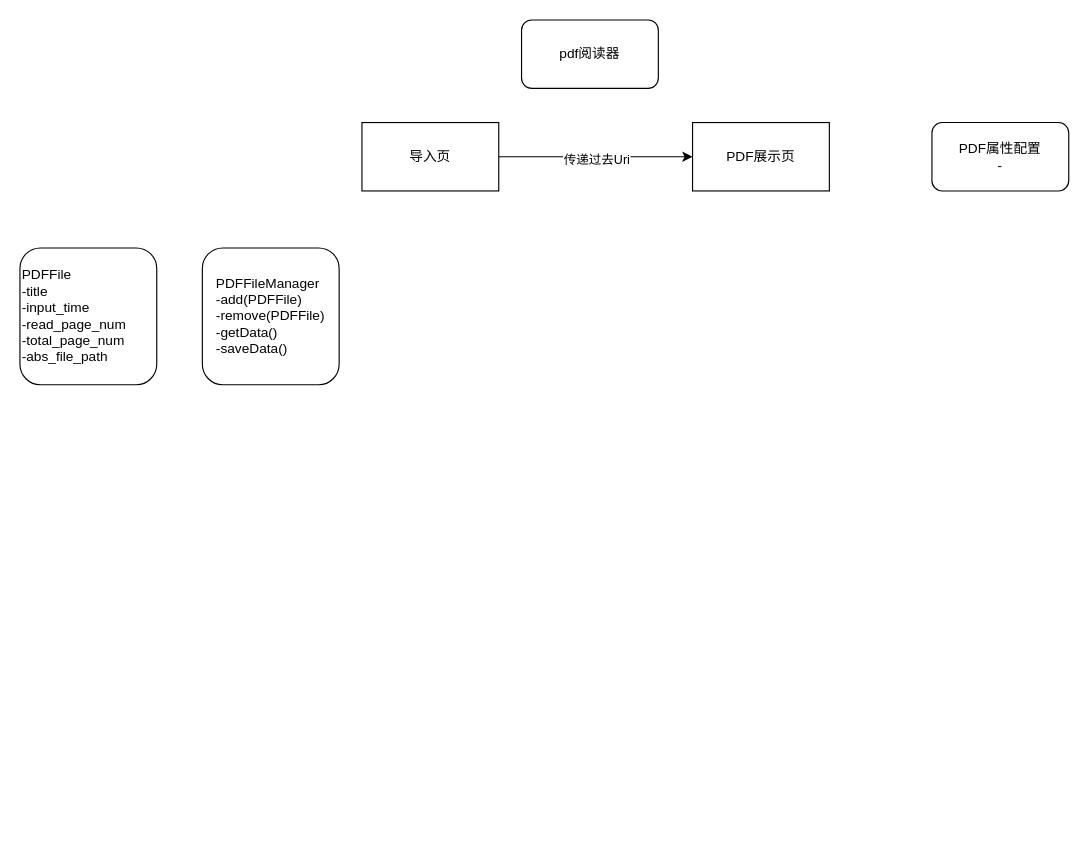
The draw.io diagram pdf.drawio in xixilala-2019/drawIO, before the edit. Source tidied: cells renumbered, new cells numbered last; positions are measured from the earlier drawing's top-left corner, leaving out a move shared by most shapes. Both pictures are drawn from the tidied source at 114%, with x=0, y=0 at pixel (19, 19).
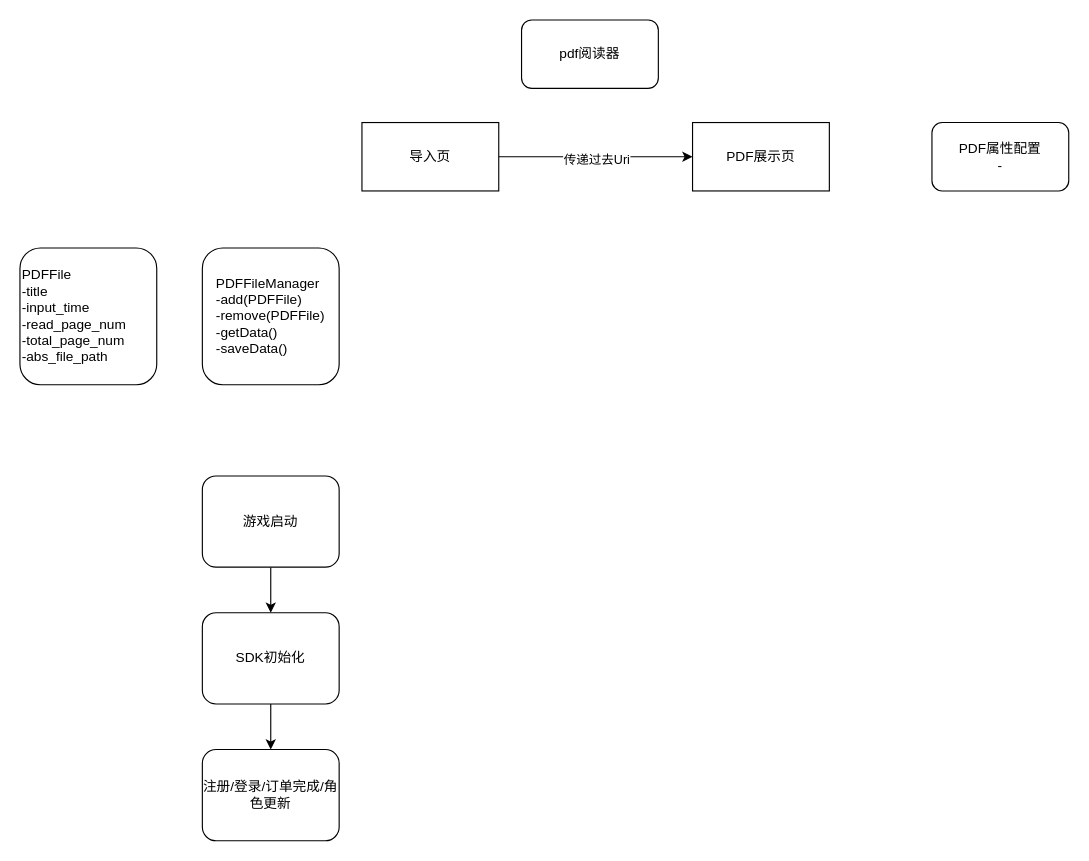
The same diagram, later.

The edit, as a diff of the source:
```diff
@@
 <mxGraphModel>
   <root>
     <mxCell id="0" />
     <mxCell id="1" parent="0" />
     <mxCell id="2" value="pdf阅读器" style="rounded=1;whiteSpace=wrap;html=1;" parent="1" vertex="1">
       <mxGeometry x="440" width="120" height="60" as="geometry" />
     </mxCell>
     <mxCell id="3" style="edgeStyle=orthogonalEdgeStyle;rounded=0;jettySize=auto;html=1;" parent="1" edge="1" source="5" target="6">
       <mxGeometry relative="1" as="geometry" />
     </mxCell>
     <mxCell id="4" value="传递过去Uri" style="edgeLabel;html=1;align=center;verticalAlign=middle;" parent="3" vertex="1">
       <mxGeometry y="-2" relative="1" as="geometry" />
     </mxCell>
     <mxCell id="5" value="导入页" style="rounded=0;whiteSpace=wrap;html=1;" parent="1" vertex="1">
       <mxGeometry x="300" y="90" width="120" height="60" as="geometry" />
     </mxCell>
     <mxCell id="6" value="PDF展示页" style="rounded=0;whiteSpace=wrap;html=1;" parent="1" vertex="1">
       <mxGeometry x="590" y="90" width="120" height="60" as="geometry" />
     </mxCell>
     <mxCell id="7" value="&lt;div style=&quot;text-align: left&quot;&gt;&lt;span&gt;PDFFileManager&lt;/span&gt;&lt;/div&gt;&lt;div style=&quot;text-align: left&quot;&gt;-add(PDFFile)&lt;/div&gt;&lt;div style=&quot;text-align: left&quot;&gt;-remove(PDFFile)&lt;/div&gt;&lt;div style=&quot;text-align: left&quot;&gt;-getData()&lt;/div&gt;&lt;div style=&quot;text-align: left&quot;&gt;-saveData()&lt;/div&gt;" style="rounded=1;whiteSpace=wrap;html=1;" parent="1" vertex="1">
       <mxGeometry x="160" y="200" width="120" height="120" as="geometry" />
     </mxCell>
     <mxCell id="8" value="PDFFile&lt;br&gt;-title&lt;br&gt;-input_time&lt;br&gt;-read_page_num&lt;br&gt;-total_page_num&lt;br&gt;-abs_file_path" style="rounded=1;whiteSpace=wrap;html=1;align=left;" parent="1" vertex="1">
       <mxGeometry y="200" width="120" height="120" as="geometry" />
     </mxCell>
     <mxCell id="9" value="PDF属性配置&lt;br&gt;-" style="rounded=1;whiteSpace=wrap;html=1;" parent="1" vertex="1">
       <mxGeometry x="800" y="90" width="120" height="60" as="geometry" />
     </mxCell>
+    <mxCell id="10" style="edgeStyle=orthogonalEdgeStyle;rounded=0;jettySize=auto;html=1;" parent="1" edge="1" source="11" target="13">
+      <mxGeometry relative="1" as="geometry" />
+    </mxCell>
+    <mxCell id="11" value="游戏启动" style="rounded=1;whiteSpace=wrap;html=1;" parent="1" vertex="1">
+      <mxGeometry x="160" y="400" width="120" height="80" as="geometry" />
+    </mxCell>
+    <mxCell id="12" style="edgeStyle=orthogonalEdgeStyle;rounded=0;jettySize=auto;html=1;entryX=0.5;entryY=0;entryDx=0;entryDy=0;" parent="1" edge="1" source="13" target="14">
+      <mxGeometry relative="1" as="geometry" />
+    </mxCell>
+    <mxCell id="13" value="SDK初始化&lt;br&gt;" style="rounded=1;whiteSpace=wrap;html=1;" parent="1" vertex="1">
+      <mxGeometry x="160" y="520" width="120" height="80" as="geometry" />
+    </mxCell>
+    <mxCell id="14" value="注册/登录/订单完成/角色更新" style="rounded=1;whiteSpace=wrap;html=1;" parent="1" vertex="1">
+      <mxGeometry x="160" y="640" width="120" height="80" as="geometry" />
+    </mxCell>
   </root>
 </mxGraphModel>
```
